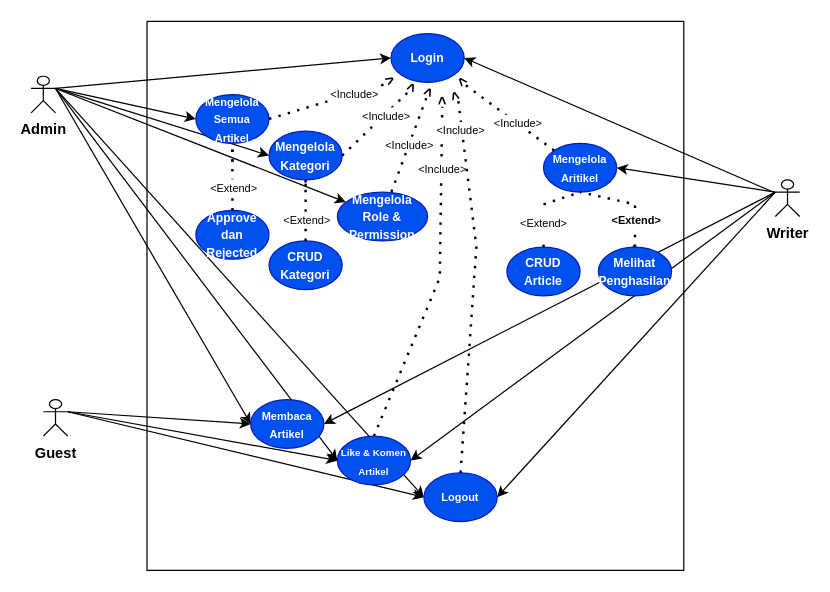
This is use case.drawio from EnjoyUrLife69/ARTICLE, a draw.io file, before an edit. Source tidied: cells renumbered, new cells numbered last; positions are measured from the earlier drawing's top-left corner, leaving out a move shared by most shapes. Both pictures are drawn from the tidied source at 122%, with x=0, y=0 at pixel (30, 21).
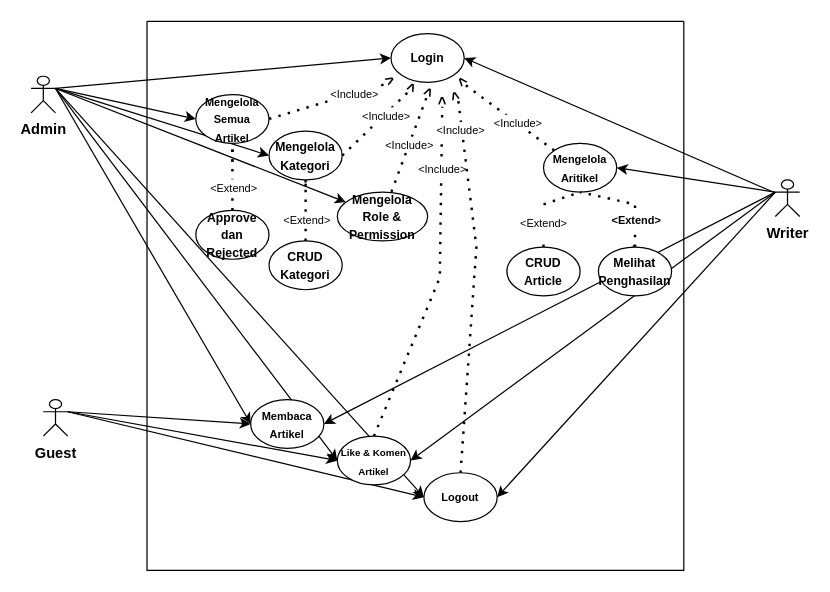
The same diagram, later.

The change refers to these unchanged cells:
```xml
<mxCell id="11" style="swimlane;startSize=0;fontStyle=1;" parent="1" vertex="1">
  <mxGeometry x="95" width="440" height="450" as="geometry" />
</mxCell>
```

The edit, as a diff of the source:
```diff
@@
-    <mxCell id="12" value="&lt;font size=&quot;1&quot;&gt;Mengelola&lt;/font&gt;&lt;div&gt;&lt;font size=&quot;1&quot;&gt;Role &amp;amp; Permission&lt;/font&gt;&lt;/div&gt;" style="ellipse;whiteSpace=wrap;html=1;fillColor=#0050ef;fontColor=#ffffff;strokeColor=#001DBC;fontStyle=1;" parent="11" vertex="1">
+    <mxCell id="12" value="&lt;font size=&quot;1&quot;&gt;Mengelola&lt;/font&gt;&lt;div&gt;&lt;font size=&quot;1&quot;&gt;Role &amp;amp; Permission&lt;/font&gt;&lt;/div&gt;" style="ellipse;whiteSpace=wrap;html=1;fontStyle=1;" parent="11" vertex="1">
       <mxGeometry x="156" y="140" width="74" height="40" as="geometry" />
     </mxCell>
-    <mxCell id="13" value="&lt;font style=&quot;font-size: 9px;&quot;&gt;Mengelola&lt;/font&gt;&lt;div&gt;&lt;font style=&quot;font-size: 9px;&quot;&gt;Semua Artikel&lt;/font&gt;&lt;/div&gt;" style="ellipse;whiteSpace=wrap;html=1;fillColor=#0050ef;fontColor=#ffffff;strokeColor=#001DBC;fontStyle=1;" parent="11" vertex="1">
+    <mxCell id="13" value="&lt;font style=&quot;font-size: 9px;&quot;&gt;Mengelola&lt;/font&gt;&lt;div&gt;&lt;font style=&quot;font-size: 9px;&quot;&gt;Semua Artikel&lt;/font&gt;&lt;/div&gt;" style="ellipse;whiteSpace=wrap;html=1;fontStyle=1;" parent="11" vertex="1">
       <mxGeometry x="40" y="60" width="60" height="40" as="geometry" />
     </mxCell>
-    <mxCell id="14" value="&lt;font size=&quot;1&quot;&gt;Login&lt;/font&gt;" style="ellipse;whiteSpace=wrap;html=1;fillColor=#0050ef;fontColor=#ffffff;strokeColor=#001DBC;fontStyle=1;" parent="11" vertex="1">
+    <mxCell id="14" value="&lt;font size=&quot;1&quot;&gt;Login&lt;/font&gt;" style="ellipse;whiteSpace=wrap;html=1;fontStyle=1;" parent="11" vertex="1">
       <mxGeometry x="200" y="10" width="60" height="40" as="geometry" />
     </mxCell>
@@
-    <mxCell id="16" value="&lt;font style=&quot;font-size: 9px;&quot;&gt;&lt;span&gt;Mengelola Aritikel&lt;/span&gt;&lt;/font&gt;" style="ellipse;whiteSpace=wrap;html=1;fillColor=#0050ef;fontColor=#ffffff;strokeColor=#001DBC;textShadow=0;fontStyle=1;" parent="11" vertex="1">
+    <mxCell id="16" value="&lt;font style=&quot;font-size: 9px;&quot;&gt;&lt;span&gt;Mengelola Aritikel&lt;/span&gt;&lt;/font&gt;" style="ellipse;whiteSpace=wrap;html=1;textShadow=0;fontStyle=1;" parent="11" vertex="1">
       <mxGeometry x="325" y="100" width="60" height="40" as="geometry" />
     </mxCell>
-    <mxCell id="17" value="&lt;font size=&quot;1&quot;&gt;Approve dan Rejected&lt;/font&gt;" style="ellipse;whiteSpace=wrap;html=1;fillColor=#0050ef;fontColor=#ffffff;strokeColor=#001DBC;fontStyle=1;" parent="11" vertex="1">
+    <mxCell id="17" value="&lt;font size=&quot;1&quot;&gt;Approve dan Rejected&lt;/font&gt;" style="ellipse;whiteSpace=wrap;html=1;fontStyle=1;" parent="11" vertex="1">
       <mxGeometry x="40" y="155" width="60" height="40" as="geometry" />
     </mxCell>
-    <mxCell id="18" value="&lt;font size=&quot;1&quot;&gt;CRUD&lt;/font&gt;&lt;div&gt;&lt;font size=&quot;1&quot;&gt;Article&lt;/font&gt;&lt;/div&gt;" style="ellipse;whiteSpace=wrap;html=1;fillColor=#0050ef;fontColor=#ffffff;strokeColor=#001DBC;fontStyle=1;" parent="11" vertex="1">
+    <mxCell id="18" value="&lt;font size=&quot;1&quot;&gt;CRUD&lt;/font&gt;&lt;div&gt;&lt;font size=&quot;1&quot;&gt;Article&lt;/font&gt;&lt;/div&gt;" style="ellipse;whiteSpace=wrap;html=1;fontStyle=1;" parent="11" vertex="1">
       <mxGeometry x="295" y="185" width="60" height="40" as="geometry" />
     </mxCell>
@@
-    <mxCell id="25" value="&lt;font style=&quot;font-size: 9px;&quot;&gt;Logout&lt;/font&gt;" style="ellipse;whiteSpace=wrap;html=1;fillColor=#0050ef;fontColor=#ffffff;strokeColor=#001DBC;fontStyle=1;" parent="11" vertex="1">
+    <mxCell id="25" value="&lt;font style=&quot;font-size: 9px;&quot;&gt;Logout&lt;/font&gt;" style="ellipse;whiteSpace=wrap;html=1;fontStyle=1;" parent="11" vertex="1">
       <mxGeometry x="227" y="370" width="60" height="40" as="geometry" />
     </mxCell>
-    <mxCell id="26" value="&lt;font size=&quot;1&quot;&gt;CRUD&lt;/font&gt;&lt;div&gt;&lt;font size=&quot;1&quot;&gt;Kategori&lt;/font&gt;&lt;/div&gt;" style="ellipse;whiteSpace=wrap;html=1;fillColor=#0050ef;fontColor=#ffffff;strokeColor=#001DBC;fontStyle=1;" parent="11" vertex="1">
+    <mxCell id="26" value="&lt;font size=&quot;1&quot;&gt;CRUD&lt;/font&gt;&lt;div&gt;&lt;font size=&quot;1&quot;&gt;Kategori&lt;/font&gt;&lt;/div&gt;" style="ellipse;whiteSpace=wrap;html=1;fontStyle=1;" parent="11" vertex="1">
       <mxGeometry x="100" y="180" width="60" height="40" as="geometry" />
     </mxCell>
@@
-    <mxCell id="32" value="&lt;font size=&quot;1&quot;&gt;Mengelola&lt;/font&gt;&lt;div&gt;&lt;font size=&quot;1&quot;&gt;Kategori&lt;/font&gt;&lt;/div&gt;" style="ellipse;whiteSpace=wrap;html=1;fillColor=#0050ef;fontColor=#ffffff;strokeColor=#001DBC;fontStyle=1;" parent="11" vertex="1">
+    <mxCell id="32" value="&lt;font size=&quot;1&quot;&gt;Mengelola&lt;/font&gt;&lt;div&gt;&lt;font size=&quot;1&quot;&gt;Kategori&lt;/font&gt;&lt;/div&gt;" style="ellipse;whiteSpace=wrap;html=1;fontStyle=1;" parent="11" vertex="1">
       <mxGeometry x="100" y="90" width="60" height="40" as="geometry" />
     </mxCell>
@@
-    <mxCell id="51" value="&lt;font size=&quot;1&quot;&gt;Melihat&lt;/font&gt;&lt;div&gt;&lt;font size=&quot;1&quot;&gt;Penghasilan&lt;/font&gt;&lt;/div&gt;" style="ellipse;whiteSpace=wrap;html=1;fillColor=#0050ef;fontColor=#ffffff;strokeColor=#001DBC;fontStyle=1;" parent="11" vertex="1">
+    <mxCell id="51" value="&lt;font size=&quot;1&quot;&gt;Melihat&lt;/font&gt;&lt;div&gt;&lt;font size=&quot;1&quot;&gt;Penghasilan&lt;/font&gt;&lt;/div&gt;" style="ellipse;whiteSpace=wrap;html=1;fontStyle=1;" parent="11" vertex="1">
       <mxGeometry x="370" y="185" width="60" height="40" as="geometry" />
     </mxCell>
-    <mxCell id="52" value="&lt;font style=&quot;font-size: 9px;&quot;&gt;Membaca&lt;/font&gt;&lt;div&gt;&lt;font style=&quot;font-size: 9px;&quot;&gt;Artikel&lt;/font&gt;&lt;/div&gt;" style="ellipse;whiteSpace=wrap;html=1;fillColor=#0050ef;fontColor=#ffffff;strokeColor=#001DBC;fontStyle=1;" parent="11" vertex="1">
+    <mxCell id="52" value="&lt;font style=&quot;font-size: 9px;&quot;&gt;Membaca&lt;/font&gt;&lt;div&gt;&lt;font style=&quot;font-size: 9px;&quot;&gt;Artikel&lt;/font&gt;&lt;/div&gt;" style="ellipse;whiteSpace=wrap;html=1;fontStyle=1;" parent="11" vertex="1">
       <mxGeometry x="85" y="310" width="60" height="40" as="geometry" />
     </mxCell>
-    <mxCell id="53" value="&lt;font style=&quot;font-size: 8px;&quot;&gt;Like &amp;amp; Komen Artikel&lt;/font&gt;" style="ellipse;whiteSpace=wrap;html=1;fillColor=#0050ef;fontColor=#ffffff;strokeColor=#001DBC;fontStyle=1;" parent="11" vertex="1">
+    <mxCell id="53" value="&lt;font style=&quot;font-size: 8px;&quot;&gt;Like &amp;amp; Komen Artikel&lt;/font&gt;" style="ellipse;whiteSpace=wrap;html=1;fontStyle=1;" parent="11" vertex="1">
       <mxGeometry x="156" y="340" width="60" height="40" as="geometry" />
     </mxCell>
```
